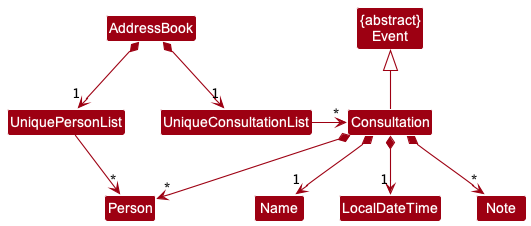
This is docs/images/BetterConsultationClassDiagram.png from nus-cs2103-AY2223S2/tp, a PlantUML export, as it was before one commit.
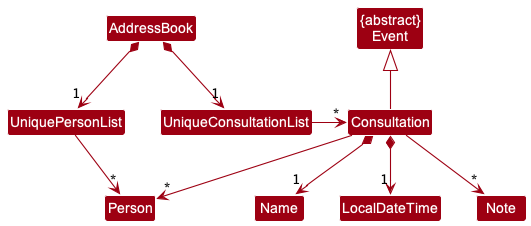
Above is the later version.

Diff of the diagram source:
```diff
@@ -16,7 +16,7 @@
 
 Consultation *--> "1" Name
 Consultation *--> "1" LocalDateTime
-Consultation *--> "*" Note
-Consultation *--> "*" Person
+Consultation --> "*" Note
+Consultation --> "*" Person
 
 @enduml
```
